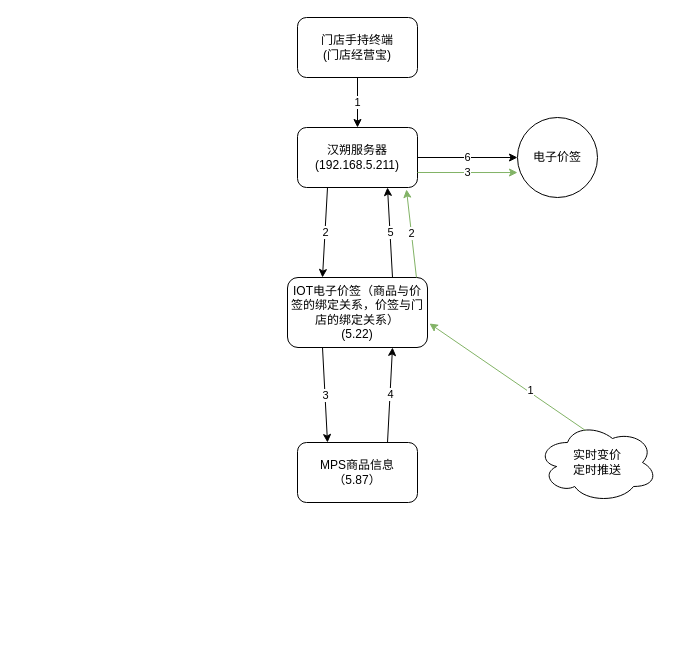
Earlier version of the draw.io diagram Untitled Diagram.drawio (moxixuan/aboutme). Source tidied: cells renumbered, new cells numbered last; positions are measured from the earlier drawing's top-left corner, leaving out a move shared by most shapes. Both pictures are drawn from the tidied source at 100%, with x=0, y=0 at pixel (287, 17).
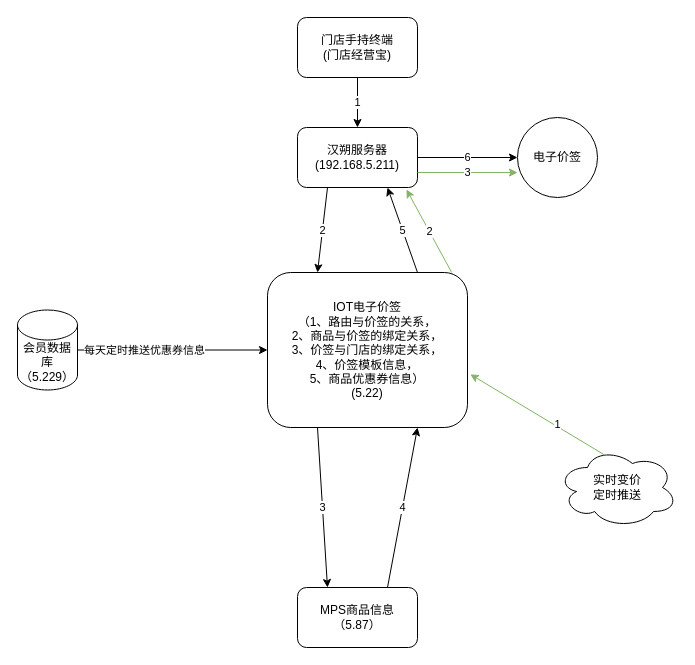
After the change.

What changed in the source:
```diff
@@
-    <mxCell id="5" value="IOT电子价签（商品与价签的绑定关系，价签与门店的绑定关系）&lt;br&gt;(5.22)" style="rounded=1;whiteSpace=wrap;html=1;" parent="1" vertex="1">
-      <mxGeometry y="260" width="140" height="70" as="geometry" />
+    <mxCell id="5" value="&lt;div&gt;IOT电子价签&lt;/div&gt;&lt;div&gt;（1、路由与价签的关系，&lt;/div&gt;&lt;div&gt;2、商品与价签的绑定关系，&lt;/div&gt;&lt;div&gt;3、价签与门店的绑定关系，&lt;/div&gt;&lt;div&gt;4、价签模板信息，&lt;/div&gt;&lt;div&gt;5、商品优惠券信息）&lt;/div&gt;(5.22)" style="rounded=1;whiteSpace=wrap;html=1;" parent="1" vertex="1">
+      <mxGeometry x="-20" y="255" width="200" height="155" as="geometry" />
     </mxCell>
@@
     <mxCell id="8" value="MPS商品信息&lt;br&gt;（5.87）" style="rounded=1;whiteSpace=wrap;html=1;" parent="1" vertex="1">
-      <mxGeometry x="10" y="425" width="120" height="60" as="geometry" />
+      <mxGeometry x="10" y="570" width="120" height="60" as="geometry" />
     </mxCell>
@@
     <mxCell id="13" value="&lt;div&gt;实时变价&lt;/div&gt;&lt;div&gt;定时推送&lt;br&gt;&lt;/div&gt;" style="ellipse;shape=cloud;whiteSpace=wrap;html=1;" parent="1" vertex="1">
-      <mxGeometry x="250" y="405" width="120" height="80" as="geometry" />
+      <mxGeometry x="270" y="430" width="120" height="80" as="geometry" />
     </mxCell>
@@
+    <mxCell id="18" value="&lt;div&gt;会员数据库&lt;/div&gt;&lt;div&gt;（5.229）&lt;br&gt;&lt;/div&gt;" style="shape=cylinder3;whiteSpace=wrap;html=1;boundedLbl=1;backgroundOutline=1;size=15;fontColor=#000000;" parent="1" vertex="1">
+      <mxGeometry x="-270" y="292.5" width="60" height="80" as="geometry" />
+    </mxCell>
+    <mxCell id="19" style="endArrow=classic;html=1;fontColor=#000000;exitX=1;exitY=0.5;exitDx=0;exitDy=0;exitPerimeter=0;entryX=0;entryY=0.5;entryDx=0;entryDy=0;" parent="1" edge="1" source="18" target="5">
+      <mxGeometry relative="1" as="geometry" />
+    </mxCell>
+    <mxCell id="20" value="每天定时推送优惠券信息" style="edgeLabel;html=1;align=center;verticalAlign=middle;fontColor=#000000;" parent="19" vertex="1">
+      <mxGeometry x="-0.31" relative="1" as="geometry" />
+    </mxCell>
```
